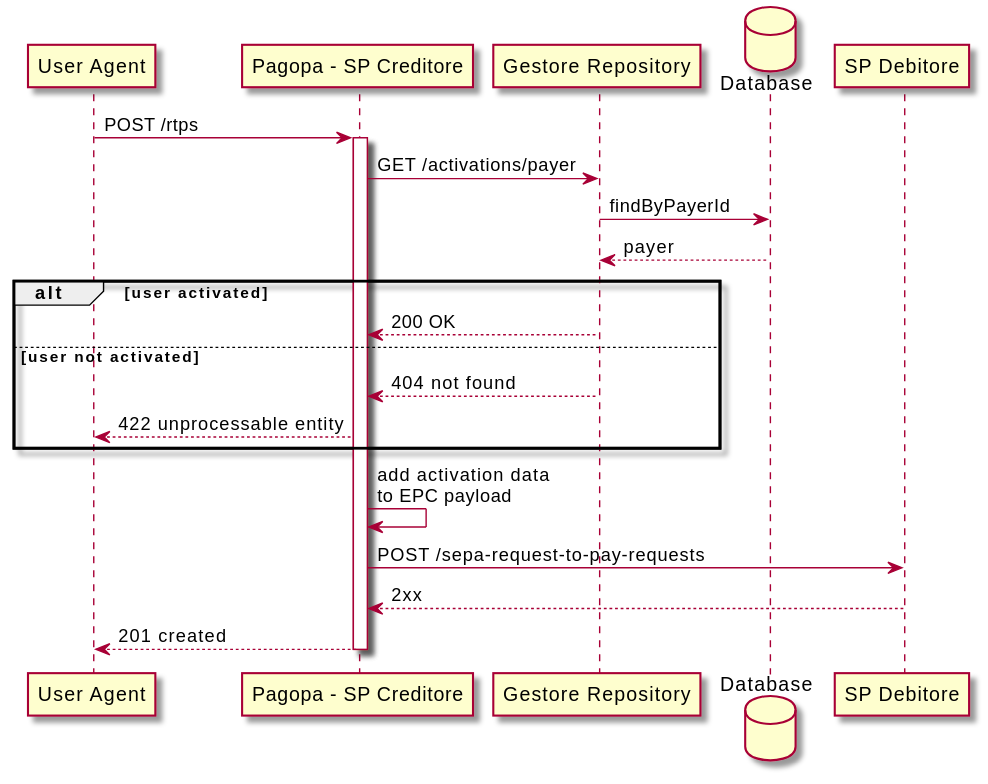
Above: diagrams/send.svg in pagopa/rtp-docs (PlantUML), before the change. The source it was exported from:
```plantuml
@startuml
skin rose
participant "User Agent" as UA
participant "Pagopa - SP Creditore" as SPC
participant "Gestore Repository" as GR
database "Database" as DB
participant "SP Debitore" as SPD

UA -> SPC: POST /rtps
activate SPC


SPC -> GR: GET /activations/payer
GR -> DB: findByPayerId
DB --> GR: payer

alt user activated
GR --> SPC: 200 OK

else user not activated
GR --> SPC: 404 not found
SPC --> UA: 422 unprocessable entity
end

SPC -> SPC: add activation data \nto EPC payload
SPC -> SPD: POST /sepa-request-to-pay-requests
SPD --> SPC: 2xx
SPC --> UA: 201 created

deactivate SPC
@enduml
```
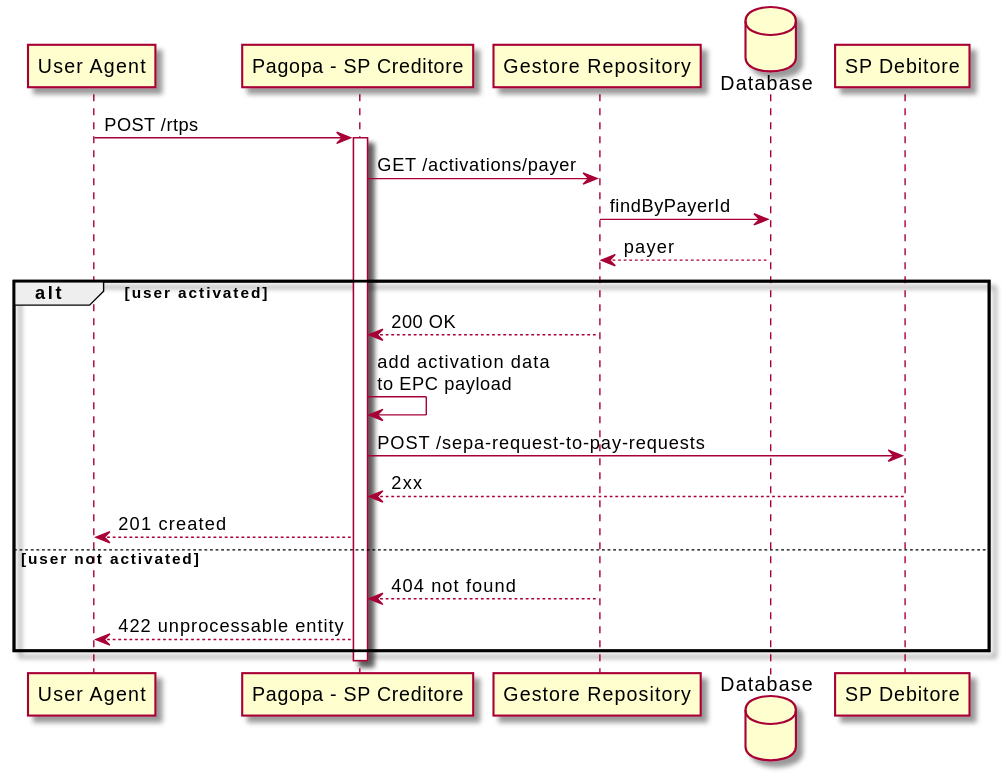
Above is the later version.

Change to the diagram source:
```diff
@@ -17,15 +17,15 @@
 alt user activated
 GR --> SPC: 200 OK
 
+SPC -> SPC: add activation data \nto EPC payload
+SPC -> SPD: POST /sepa-request-to-pay-requests
+SPD --> SPC: 2xx
+SPC --> UA: 201 created
+
 else user not activated
 GR --> SPC: 404 not found
 SPC --> UA: 422 unprocessable entity
 end
 
-SPC -> SPC: add activation data \nto EPC payload
-SPC -> SPD: POST /sepa-request-to-pay-requests
-SPD --> SPC: 2xx
-SPC --> UA: 201 created
-
 deactivate SPC
 @enduml
```
